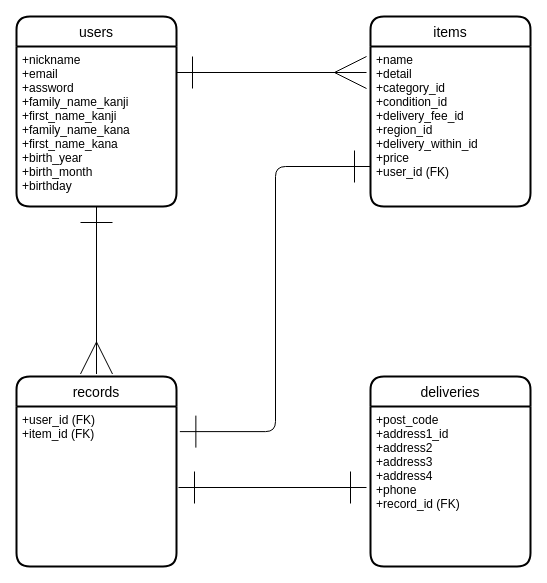
deriya-a/furima--39154 keeps this draw.io diagram as furima.dio. Above is the earlier version. Source tidied: cells renumbered, new cells numbered last; positions are measured from the earlier drawing's top-left corner, leaving out a move shared by most shapes. Both pictures are drawn from the tidied source at 100%, with x=0, y=0 at pixel (16, 16).
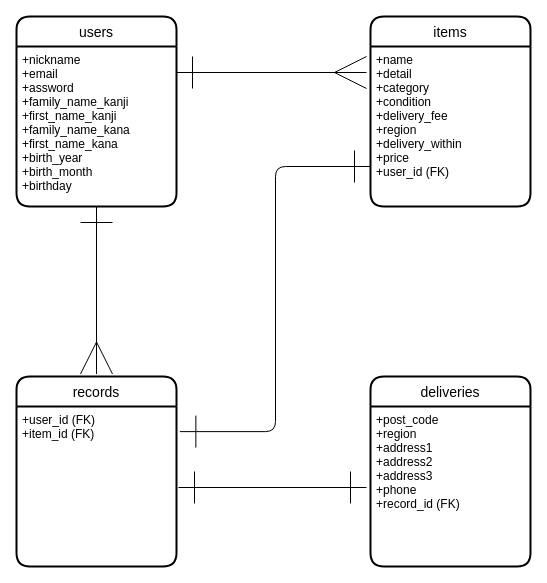
The same diagram, later.

The edit, as a diff of the source:
```diff
@@
 <mxGraphModel>
   <root>
     <mxCell id="0" />
     <mxCell id="1" parent="0" />
     <mxCell id="2" value="records" style="swimlane;horizontal=1;startSize=30;rounded=1;fontSize=14;fontStyle=0;strokeWidth=2;shadow=0;dashed=0;align=center;" parent="1" vertex="1">
       <mxGeometry y="360" width="160" height="190" as="geometry" />
     </mxCell>
     <mxCell id="3" value="+user_id (FK)&#10;+item_id (FK)" style="align=left;strokeColor=none;fillColor=none;spacingLeft=4;fontSize=12;verticalAlign=top;" parent="2" vertex="1">
       <mxGeometry y="30" width="160" height="160" as="geometry" />
     </mxCell>
     <mxCell id="4" value="deliveries" style="swimlane;horizontal=1;startSize=30;rounded=1;fontSize=14;fontStyle=0;strokeWidth=2;shadow=0;dashed=0;align=center;" parent="1" vertex="1">
       <mxGeometry x="354" y="360" width="160" height="190" as="geometry" />
     </mxCell>
-    <mxCell id="5" value="+post_code&#10;+address1_id&#10;+address2&#10;+address3&#10;+address4&#10;+phone&#10;+record_id (FK)" style="align=left;strokeColor=none;fillColor=none;spacingLeft=4;fontSize=12;verticalAlign=top;" parent="4" vertex="1">
+    <mxCell id="5" value="+post_code&#10;+region&#10;+address1&#10;+address2&#10;+address3&#10;+phone&#10;+record_id (FK)" style="align=left;strokeColor=none;fillColor=none;spacingLeft=4;fontSize=12;verticalAlign=top;" parent="4" vertex="1">
       <mxGeometry y="30" width="160" height="160" as="geometry" />
     </mxCell>
     <mxCell id="6" value="users" style="swimlane;horizontal=1;startSize=30;rounded=1;fontSize=14;fontStyle=0;strokeWidth=2;shadow=0;dashed=0;align=center;" parent="1" vertex="1">
       <mxGeometry width="160" height="190" as="geometry" />
     </mxCell>
     <mxCell id="7" value="+nickname&#10;+email&#10;+assword&#10;+family_name_kanji&#10;+first_name_kanji&#10;+family_name_kana&#10;+first_name_kana&#10;+birth_year&#10;+birth_month&#10;+birthday" style="align=left;strokeColor=none;fillColor=none;spacingLeft=4;fontSize=12;verticalAlign=top;" parent="6" vertex="1">
       <mxGeometry y="30" width="160" height="160" as="geometry" />
     </mxCell>
     <mxCell id="8" value="items" style="swimlane;horizontal=1;startSize=30;rounded=1;fontSize=14;fontStyle=0;strokeWidth=2;shadow=0;dashed=0;align=center;" parent="1" vertex="1">
       <mxGeometry x="354" width="160" height="190" as="geometry" />
     </mxCell>
-    <mxCell id="9" value="+name&#10;+detail&#10;+category_id&#10;+condition_id&#10;+delivery_fee_id&#10;+region_id&#10;+delivery_within_id&#10;+price&#10;+user_id (FK)" style="align=left;strokeColor=none;fillColor=none;spacingLeft=4;fontSize=12;verticalAlign=top;" parent="8" vertex="1">
+    <mxCell id="9" value="+name&#10;+detail&#10;+category&#10;+condition&#10;+delivery_fee&#10;+region&#10;+delivery_within&#10;+price&#10;+user_id (FK)" style="align=left;strokeColor=none;fillColor=none;spacingLeft=4;fontSize=12;verticalAlign=top;" parent="8" vertex="1">
       <mxGeometry y="30" width="160" height="160" as="geometry" />
     </mxCell>
     <mxCell id="10" style="edgeStyle=none;html=1;endArrow=ERmany;endFill=0;endSize=30;startArrow=ERone;startFill=0;sourcePerimeterSpacing=0;startSize=30;" parent="1" edge="1">
       <mxGeometry relative="1" as="geometry">
         <mxPoint x="160" y="56" as="sourcePoint" />
         <mxPoint x="350" y="56" as="targetPoint" />
       </mxGeometry>
     </mxCell>
     <mxCell id="11" style="edgeStyle=none;html=1;startArrow=ERone;startFill=0;endArrow=ERmany;endFill=0;startSize=30;endSize=30;sourcePerimeterSpacing=0;entryX=0.5;entryY=-0.013;entryDx=0;entryDy=0;entryPerimeter=0;" parent="1" edge="1" source="7" target="2">
       <mxGeometry relative="1" as="geometry" />
     </mxCell>
     <mxCell id="12" style="edgeStyle=elbowEdgeStyle;html=1;startArrow=ERone;startFill=0;endArrow=ERone;endFill=0;startSize=30;endSize=30;sourcePerimeterSpacing=0;exitX=1.021;exitY=0.157;exitDx=0;exitDy=0;exitPerimeter=0;entryX=0;entryY=0.75;entryDx=0;entryDy=0;" parent="1" edge="1" source="3" target="9">
       <mxGeometry relative="1" as="geometry" />
     </mxCell>
     <mxCell id="13" style="html=1;startArrow=ERone;startFill=0;endArrow=ERone;endFill=0;startSize=30;endSize=30;sourcePerimeterSpacing=0;" parent="1" edge="1">
       <mxGeometry relative="1" as="geometry">
         <mxPoint x="162" y="471" as="sourcePoint" />
         <mxPoint x="350" y="471" as="targetPoint" />
       </mxGeometry>
     </mxCell>
   </root>
 </mxGraphModel>
```
